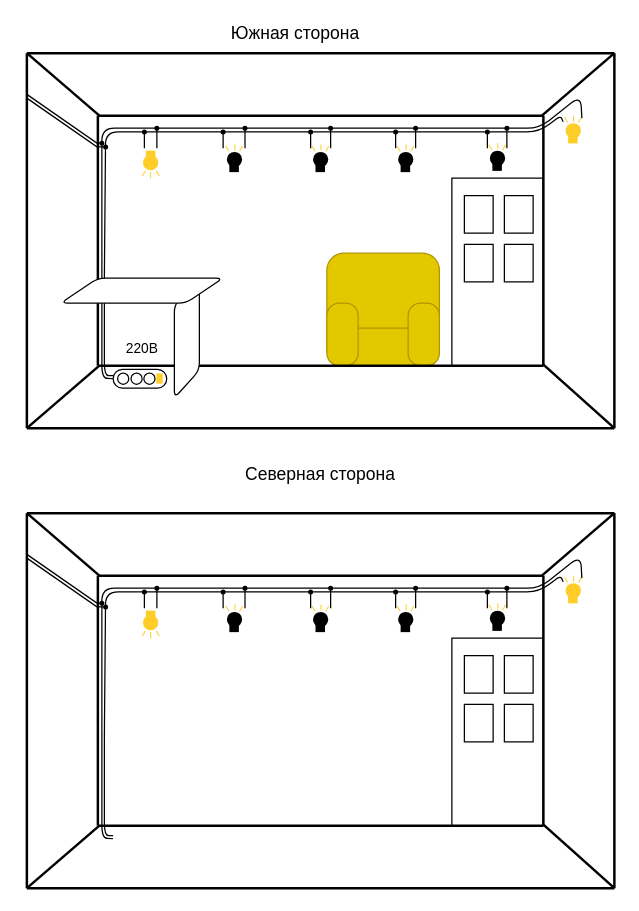
This is 01 Идеи проектов/Целевые проекты/Параллельное RGB освещение/Карта проекта.drawio from Pilgore-pi/Open-proger-notes, a draw.io file, before an edit. Source tidied: cells renumbered, new cells numbered last; positions are measured from the earlier drawing's top-left corner, leaving out a move shared by most shapes. Both pictures are drawn from the tidied source at 125%, with x=0, y=0 at pixel (26, 21).
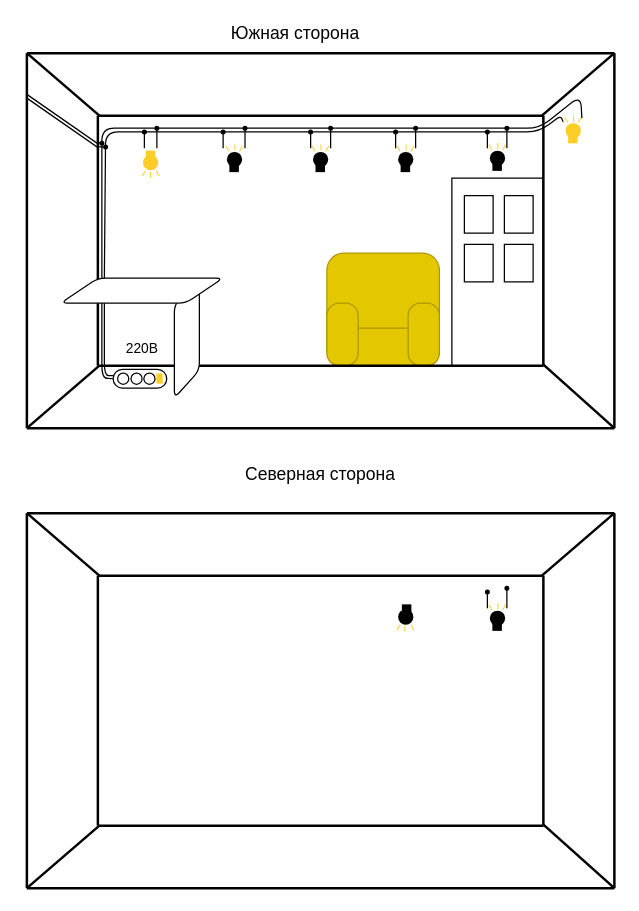
Above is the later version.

Commit message:
obsidian auto commit: 16-11-2025 16:02

The change refers to these unchanged cells:
```xml
<mxCell id="96" style="group;" parent="1" vertex="1">
  <mxGeometry y="393" width="470" height="300" as="geometry" />
</mxCell>
```

What changed in the source:
```diff
@@
-    <mxCell id="101" style="rounded=0;whiteSpace=wrap;html=1;fillColor=light-dark(#FFFFFF,#DADADA);" parent="96" vertex="1">
-      <mxGeometry x="340" y="100" width="73" height="150" as="geometry" />
-    </mxCell>
-    <mxCell id="102" style="group;" parent="96" vertex="1">
-      <mxGeometry x="92" y="78" width="14.3" height="22" as="geometry" />
-    </mxCell>
-    <mxCell id="103" style="rounded=0;whiteSpace=wrap;html=1;fillColor=light-dark(#FFCD28, #fff600);gradientColor=none;strokeColor=none;" parent="102" vertex="1">
-      <mxGeometry x="6.6" y="17.1" width="0.8" height="4.9" as="geometry" />
-    </mxCell>
-    <mxCell id="104" style="rounded=0;whiteSpace=wrap;html=1;fillColor=light-dark(#FFCD28, #fff600);gradientColor=none;strokeColor=none;rotation=-30;" parent="102" vertex="1">
-      <mxGeometry x="12.3" y="15.7" width="0.8" height="4.9" as="geometry" />
-    </mxCell>
-    <mxCell id="105" style="rounded=0;whiteSpace=wrap;html=1;fillColor=light-dark(#FFCD28, #fff600);gradientColor=none;strokeColor=none;rotation=30;" parent="102" vertex="1">
-      <mxGeometry x="1.2" y="15.7" width="0.8" height="4.9" as="geometry" />
-    </mxCell>
-    <mxCell id="106" style="rounded=0;whiteSpace=wrap;html=1;fillColor=light-dark(#FFCD28, #fff600);gradientColor=none;strokeColor=none;" parent="102" vertex="1">
-      <mxGeometry x="3.2" width="7.6" height="9.2" as="geometry" />
-    </mxCell>
-    <mxCell id="107" style="ellipse;whiteSpace=wrap;html=1;fillColor=light-dark(#ffcd28, #fff600);gradientColor=none;strokeColor=none;" parent="102" vertex="1">
-      <mxGeometry x="0.9" y="3.5" width="12.2" height="12.2" as="geometry" />
-    </mxCell>
-    <mxCell id="108" style="group;rotation=-180;" parent="96" vertex="1">
-      <mxGeometry x="159" y="73" width="14.3" height="22" as="geometry" />
-    </mxCell>
-    <mxCell id="109" style="rounded=0;whiteSpace=wrap;html=1;fillColor=light-dark(#FFCD28, #fff600);gradientColor=none;strokeColor=none;rotation=-180;" parent="108" vertex="1">
-      <mxGeometry x="7" width="0.8" height="4.9" as="geometry" />
-    </mxCell>
-    <mxCell id="110" style="rounded=0;whiteSpace=wrap;html=1;fillColor=light-dark(#FFCD28, #fff600);gradientColor=none;strokeColor=none;rotation=-210;" parent="108" vertex="1">
-      <mxGeometry x="1" y="1" width="0.8" height="4.9" as="geometry" />
-    </mxCell>
-    <mxCell id="111" style="rounded=0;whiteSpace=wrap;html=1;fillColor=light-dark(#FFCD28, #fff600);gradientColor=none;strokeColor=none;rotation=-150;" parent="108" vertex="1">
-      <mxGeometry x="12" y="1" width="0.8" height="4.9" as="geometry" />
-    </mxCell>
-    <mxCell id="112" style="rounded=0;whiteSpace=wrap;html=1;fillColor=light-dark(#000000,#0100FF);gradientColor=none;strokeColor=none;rotation=-180;gradientDirection=north;" parent="108" vertex="1">
-      <mxGeometry x="3" y="13" width="7.6" height="9.2" as="geometry" />
-    </mxCell>
-    <mxCell id="113" style="ellipse;whiteSpace=wrap;html=1;fillColor=light-dark(#FFCD28,#FF0000);gradientColor=light-dark(#000000,#1C00FF);strokeColor=none;rotation=-180;gradientDirection=north;" parent="108" vertex="1">
-      <mxGeometry x="1" y="6" width="12.2" height="12.2" as="geometry" />
-    </mxCell>
-    <mxCell id="114" style="group;rotation=-180;" parent="96" vertex="1">
-      <mxGeometry x="430" y="50" width="14.3" height="22" as="geometry" />
-    </mxCell>
-    <mxCell id="115" style="rounded=0;whiteSpace=wrap;html=1;fillColor=light-dark(#FFCD28, #fff600);gradientColor=none;strokeColor=none;rotation=-180;" parent="114" vertex="1">
-      <mxGeometry x="7" width="0.8" height="4.9" as="geometry" />
-    </mxCell>
-    <mxCell id="116" style="rounded=0;whiteSpace=wrap;html=1;fillColor=light-dark(#FFCD28, #fff600);gradientColor=none;strokeColor=none;rotation=-210;" parent="114" vertex="1">
-      <mxGeometry x="1" y="1" width="0.8" height="4.9" as="geometry" />
-    </mxCell>
-    <mxCell id="117" style="rounded=0;whiteSpace=wrap;html=1;fillColor=light-dark(#FFCD28, #fff600);gradientColor=none;strokeColor=none;rotation=-150;" parent="114" vertex="1">
-      <mxGeometry x="12" y="1" width="0.8" height="4.9" as="geometry" />
-    </mxCell>
-    <mxCell id="118" style="rounded=0;whiteSpace=wrap;html=1;fillColor=light-dark(#FFCD28,#FF00FF);gradientColor=none;strokeColor=none;rotation=-180;" parent="114" vertex="1">
-      <mxGeometry x="3" y="13" width="7.6" height="9.2" as="geometry" />
-    </mxCell>
-    <mxCell id="119" style="ellipse;whiteSpace=wrap;html=1;fillColor=light-dark(#FFCD28,#FF00FF);gradientColor=none;strokeColor=none;rotation=-180;" parent="114" vertex="1">
-      <mxGeometry x="1" y="6" width="12.2" height="12.2" as="geometry" />
-    </mxCell>
-    <mxCell id="120" style="group;rotation=-180;" parent="96" vertex="1">
-      <mxGeometry x="227.9" y="73" width="14.3" height="22" as="geometry" />
-    </mxCell>
-    <mxCell id="121" style="rounded=0;whiteSpace=wrap;html=1;fillColor=light-dark(#FFCD28, #fff600);gradientColor=none;strokeColor=none;rotation=-180;" parent="120" vertex="1">
-      <mxGeometry x="7" width="0.8" height="4.9" as="geometry" />
-    </mxCell>
-    <mxCell id="122" style="rounded=0;whiteSpace=wrap;html=1;fillColor=light-dark(#FFCD28, #fff600);gradientColor=none;strokeColor=none;rotation=-210;" parent="120" vertex="1">
-      <mxGeometry x="1" y="1" width="0.8" height="4.9" as="geometry" />
-    </mxCell>
-    <mxCell id="123" style="rounded=0;whiteSpace=wrap;html=1;fillColor=light-dark(#FFCD28, #fff600);gradientColor=none;strokeColor=none;rotation=-150;" parent="120" vertex="1">
-      <mxGeometry x="12" y="1" width="0.8" height="4.9" as="geometry" />
-    </mxCell>
-    <mxCell id="124" style="rounded=0;whiteSpace=wrap;html=1;fillColor=light-dark(#000000,#0100FF);gradientColor=none;strokeColor=none;rotation=-180;gradientDirection=north;" parent="120" vertex="1">
-      <mxGeometry x="3" y="13" width="7.6" height="9.2" as="geometry" />
-    </mxCell>
-    <mxCell id="125" style="ellipse;whiteSpace=wrap;html=1;fillColor=light-dark(#FFCD28,#FF0000);gradientColor=light-dark(#000000,#1C00FF);strokeColor=none;rotation=-180;gradientDirection=north;" parent="120" vertex="1">
-      <mxGeometry x="1" y="6" width="12.2" height="12.2" as="geometry" />
-    </mxCell>
-    <mxCell id="126" style="group;rotation=-180;" parent="96" vertex="1">
+    <mxCell id="126" style="group;rotation=0;" parent="96" vertex="1">
       <mxGeometry x="296" y="73" width="14.3" height="22" as="geometry" />
     </mxCell>
-    <mxCell id="127" style="rounded=0;whiteSpace=wrap;html=1;fillColor=light-dark(#FFCD28, #fff600);gradientColor=none;strokeColor=none;rotation=-180;" parent="126" vertex="1">
-      <mxGeometry x="7" width="0.8" height="4.9" as="geometry" />
+    <mxCell id="127" style="rounded=0;whiteSpace=wrap;html=1;fillColor=light-dark(#FFCD28, #fff600);gradientColor=none;strokeColor=none;rotation=0;" parent="126" vertex="1">
+      <mxGeometry x="6" y="17" width="0.8" height="4.9" as="geometry" />
     </mxCell>
-    <mxCell id="128" style="rounded=0;whiteSpace=wrap;html=1;fillColor=light-dark(#FFCD28, #fff600);gradientColor=none;strokeColor=none;rotation=-210;" parent="126" vertex="1">
-      <mxGeometry x="1" y="1" width="0.8" height="4.9" as="geometry" />
+    <mxCell id="128" style="rounded=0;whiteSpace=wrap;html=1;fillColor=light-dark(#FFCD28, #fff600);gradientColor=none;strokeColor=none;rotation=-30;" parent="126" vertex="1">
+      <mxGeometry x="12" y="16" width="0.8" height="4.9" as="geometry" />
     </mxCell>
-    <mxCell id="129" style="rounded=0;whiteSpace=wrap;html=1;fillColor=light-dark(#FFCD28, #fff600);gradientColor=none;strokeColor=none;rotation=-150;" parent="126" vertex="1">
-      <mxGeometry x="12" y="1" width="0.8" height="4.9" as="geometry" />
+    <mxCell id="129" style="rounded=0;whiteSpace=wrap;html=1;fillColor=light-dark(#FFCD28, #fff600);gradientColor=none;strokeColor=none;rotation=30;" parent="126" vertex="1">
+      <mxGeometry x="1" y="16" width="0.8" height="4.9" as="geometry" />
     </mxCell>
-    <mxCell id="130" style="rounded=0;whiteSpace=wrap;html=1;fillColor=light-dark(#000000,#0100FF);gradientColor=none;strokeColor=none;rotation=-180;gradientDirection=north;" parent="126" vertex="1">
-      <mxGeometry x="3" y="13" width="7.6" height="9.2" as="geometry" />
+    <mxCell id="130" style="rounded=0;whiteSpace=wrap;html=1;fillColor=light-dark(#000000,#0100FF);gradientColor=none;strokeColor=none;rotation=0;gradientDirection=north;" parent="126" vertex="1">
+      <mxGeometry x="4" width="7.6" height="9.2" as="geometry" />
     </mxCell>
-    <mxCell id="131" style="ellipse;whiteSpace=wrap;html=1;fillColor=light-dark(#FFCD28,#FF0000);gradientColor=light-dark(#000000,#1C00FF);strokeColor=none;rotation=-180;gradientDirection=north;" parent="126" vertex="1">
-      <mxGeometry x="1" y="6" width="12.2" height="12.2" as="geometry" />
+    <mxCell id="131" style="ellipse;whiteSpace=wrap;html=1;fillColor=light-dark(#FFCD28,#FF0000);gradientColor=light-dark(#000000,#1C00FF);strokeColor=none;rotation=0;gradientDirection=north;" parent="126" vertex="1">
+      <mxGeometry x="1" y="4" width="12.2" height="12.2" as="geometry" />
     </mxCell>
@@
-    <mxCell id="142" style="rounded=0;whiteSpace=wrap;html=1;" parent="1" vertex="1">
-      <mxGeometry x="382" y="507" width="23" height="30" as="geometry" />
-    </mxCell>
-    <mxCell id="143" style="rounded=0;whiteSpace=wrap;html=1;" parent="1" vertex="1">
-      <mxGeometry x="350" y="507" width="23" height="30" as="geometry" />
-    </mxCell>
-    <mxCell id="144" style="rounded=0;whiteSpace=wrap;html=1;" parent="1" vertex="1">
-      <mxGeometry x="382" y="546" width="23" height="30" as="geometry" />
-    </mxCell>
-    <mxCell id="145" style="rounded=0;whiteSpace=wrap;html=1;" parent="1" vertex="1">
-      <mxGeometry x="350" y="546" width="23" height="30" as="geometry" />
-    </mxCell>
@@
-    <mxCell id="150" style="endArrow=none;html=1;rounded=1;strokeWidth=1;exitX=0;exitY=0.5;exitDx=0;exitDy=0;strokeColor=light-dark(#000000,#FF0000);" parent="1" edge="1">
-      <mxGeometry relative="1" as="geometry">
-        <mxPoint x="69" y="653.5" as="sourcePoint" />
-        <mxPoint x="444" y="445" as="targetPoint" />
-        <Array as="points">
-          <mxPoint x="60" y="653" />
-          <mxPoint x="60" y="603" />
-          <mxPoint x="60" y="573" />
-          <mxPoint x="60" y="453" />
-          <mxPoint x="250" y="453" />
-          <mxPoint x="410" y="453" />
-          <mxPoint x="443" y="427" />
-        </Array>
-      </mxGeometry>
-    </mxCell>
-    <mxCell id="151" style="endArrow=none;html=1;rounded=1;strokeWidth=1;strokeColor=light-dark(#000000,#00FFFF);" parent="1" edge="1">
-      <mxGeometry relative="1" as="geometry">
-        <mxPoint x="69" y="651" as="sourcePoint" />
-        <mxPoint x="429" y="448" as="targetPoint" />
-        <Array as="points">
-          <mxPoint x="62" y="651" />
-          <mxPoint x="62" y="601" />
-          <mxPoint x="62" y="571" />
-          <mxPoint x="63" y="456" />
-          <mxPoint x="249" y="456" />
-          <mxPoint x="331" y="456" />
-          <mxPoint x="410" y="456" />
-          <mxPoint x="427" y="443" />
-        </Array>
-      </mxGeometry>
-    </mxCell>
-    <mxCell id="152" style="endArrow=oval;html=1;rounded=0;strokeColor=light-dark(#000000,#00FFFF);endFill=1;endSize=3;" parent="1" edge="1">
-      <mxGeometry relative="1" as="geometry">
-        <mxPoint x="94" y="469" as="sourcePoint" />
-        <mxPoint x="94" y="456" as="targetPoint" />
-      </mxGeometry>
-    </mxCell>
-    <mxCell id="153" style="endArrow=oval;html=1;rounded=0;strokeColor=light-dark(#000000,#00FFFF);endFill=1;endSize=3;" parent="1" edge="1">
-      <mxGeometry relative="1" as="geometry">
-        <mxPoint x="157" y="469" as="sourcePoint" />
-        <mxPoint x="157" y="456" as="targetPoint" />
-      </mxGeometry>
-    </mxCell>
-    <mxCell id="154" style="endArrow=oval;html=1;rounded=0;strokeColor=light-dark(#000000,#00FFFF);endFill=1;endSize=3;" parent="1" edge="1">
-      <mxGeometry relative="1" as="geometry">
-        <mxPoint x="227" y="469" as="sourcePoint" />
-        <mxPoint x="227" y="456" as="targetPoint" />
-      </mxGeometry>
-    </mxCell>
-    <mxCell id="155" style="endArrow=oval;html=1;rounded=0;strokeColor=light-dark(#000000,#00FFFF);endFill=1;endSize=3;" parent="1" edge="1">
-      <mxGeometry relative="1" as="geometry">
-        <mxPoint x="295" y="469" as="sourcePoint" />
-        <mxPoint x="295" y="456" as="targetPoint" />
-      </mxGeometry>
-    </mxCell>
@@
-    <mxCell id="157" style="endArrow=oval;html=1;rounded=0;strokeColor=light-dark(#000000,#FF0000);endFill=1;endSize=3;" parent="1" edge="1">
-      <mxGeometry relative="1" as="geometry">
-        <mxPoint x="104" y="469" as="sourcePoint" />
-        <mxPoint x="104" y="453" as="targetPoint" />
-      </mxGeometry>
-    </mxCell>
-    <mxCell id="158" style="endArrow=oval;html=1;rounded=0;strokeColor=light-dark(#000000,#FF0000);endFill=1;endSize=3;" parent="1" edge="1">
-      <mxGeometry relative="1" as="geometry">
-        <mxPoint x="174.5" y="469" as="sourcePoint" />
-        <mxPoint x="174.5" y="453" as="targetPoint" />
-      </mxGeometry>
-    </mxCell>
-    <mxCell id="159" style="endArrow=oval;html=1;rounded=0;strokeColor=light-dark(#000000,#FF0000);endFill=1;endSize=3;" parent="1" edge="1">
-      <mxGeometry relative="1" as="geometry">
-        <mxPoint x="243" y="469" as="sourcePoint" />
-        <mxPoint x="243" y="453" as="targetPoint" />
-      </mxGeometry>
-    </mxCell>
-    <mxCell id="160" style="endArrow=oval;html=1;rounded=0;strokeColor=light-dark(#000000,#FF0000);endFill=1;endSize=3;" parent="1" edge="1">
-      <mxGeometry relative="1" as="geometry">
-        <mxPoint x="311" y="469" as="sourcePoint" />
-        <mxPoint x="311" y="453" as="targetPoint" />
-      </mxGeometry>
-    </mxCell>
@@
-    <mxCell id="162" style="endArrow=oval;html=1;rounded=0;strokeColor=light-dark(#000000,#00FFFF);endFill=1;endSize=3;" parent="1" edge="1">
-      <mxGeometry relative="1" as="geometry">
-        <mxPoint y="429" as="sourcePoint" />
-        <mxPoint x="63" y="468" as="targetPoint" />
-        <Array as="points">
-          <mxPoint x="56" y="468" />
-        </Array>
-      </mxGeometry>
-    </mxCell>
-    <mxCell id="163" style="endArrow=oval;html=1;rounded=0;strokeColor=light-dark(#000000,#FF0000);endFill=1;endSize=3;" parent="1" edge="1">
-      <mxGeometry relative="1" as="geometry">
-        <mxPoint y="426" as="sourcePoint" />
-        <mxPoint x="60" y="465" as="targetPoint" />
-        <Array as="points">
-          <mxPoint x="56" y="465" />
-        </Array>
-      </mxGeometry>
-    </mxCell>
```
